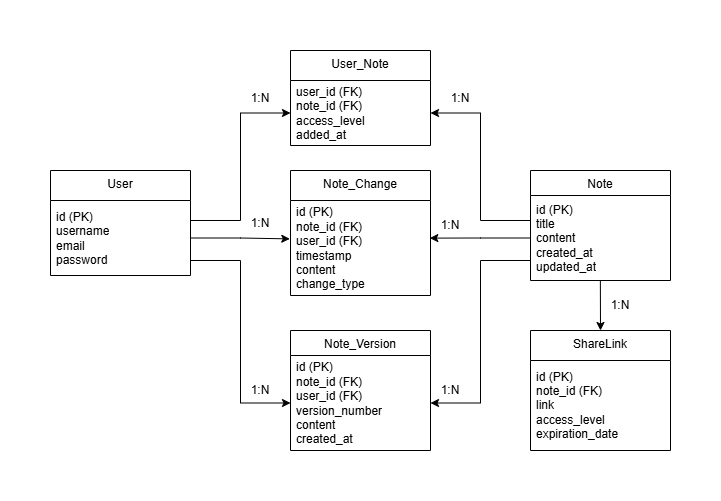
The draw.io diagram assets/relationalModel.png in lurio84/CloudComputingProject, before a commit. Source tidied: cells renumbered, new cells last; positions are measured from the earlier drawing's top-left corner, leaving out a move shared by most shapes.
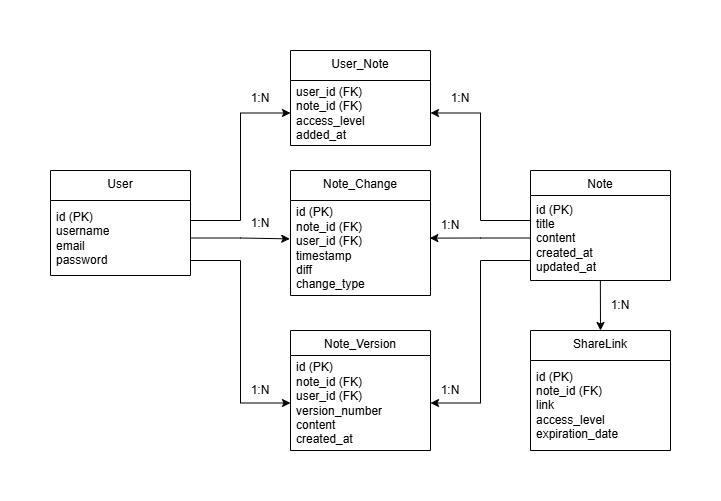
After the commit.

Commit message:
Database model and readme updated

Change to the diagram source:
```diff
@@ -5,7 +5,7 @@
     <mxCell id="2" value="Note_Change" style="swimlane;fontStyle=0;align=center;verticalAlign=top;horizontal=1;startSize=30;html=1;whiteSpace=wrap;" parent="1" vertex="1">
       <mxGeometry x="240" y="120" width="140" height="125" as="geometry" />
     </mxCell>
-    <mxCell id="3" value="id (PK)&lt;div&gt;note_id (FK)&lt;/div&gt;&lt;div&gt;user_id (FK)&lt;/div&gt;&lt;div&gt;timestamp&lt;/div&gt;&lt;div&gt;&lt;span style=&quot;background-color: initial;&quot;&gt;content&lt;/span&gt;&lt;/div&gt;&lt;div&gt;change_type&lt;/div&gt;" style="text;html=1;strokeColor=none;fillColor=none;align=left;verticalAlign=middle;spacingLeft=4;spacingRight=4;overflow=hidden;points=[[0,0.5],[1,0.5]];portConstraint=eastwest;whiteSpace=wrap;" parent="2" vertex="1">
+    <mxCell id="3" value="id (PK)&lt;div&gt;note_id (FK)&lt;/div&gt;&lt;div&gt;user_id (FK)&lt;/div&gt;&lt;div&gt;timestamp&lt;/div&gt;&lt;div&gt;&lt;span style=&quot;background-color: initial;&quot;&gt;diff&lt;/span&gt;&lt;/div&gt;&lt;div&gt;change_type&lt;/div&gt;" style="text;html=1;strokeColor=none;fillColor=none;align=left;verticalAlign=middle;spacingLeft=4;spacingRight=4;overflow=hidden;points=[[0,0.5],[1,0.5]];portConstraint=eastwest;whiteSpace=wrap;" parent="2" vertex="1">
       <mxGeometry y="30" width="140" height="95" as="geometry" />
     </mxCell>
     <mxCell id="4" value="Note" style="swimlane;fontStyle=0;align=center;verticalAlign=top;horizontal=1;startSize=25;html=1;whiteSpace=wrap;" parent="1" vertex="1">
```
